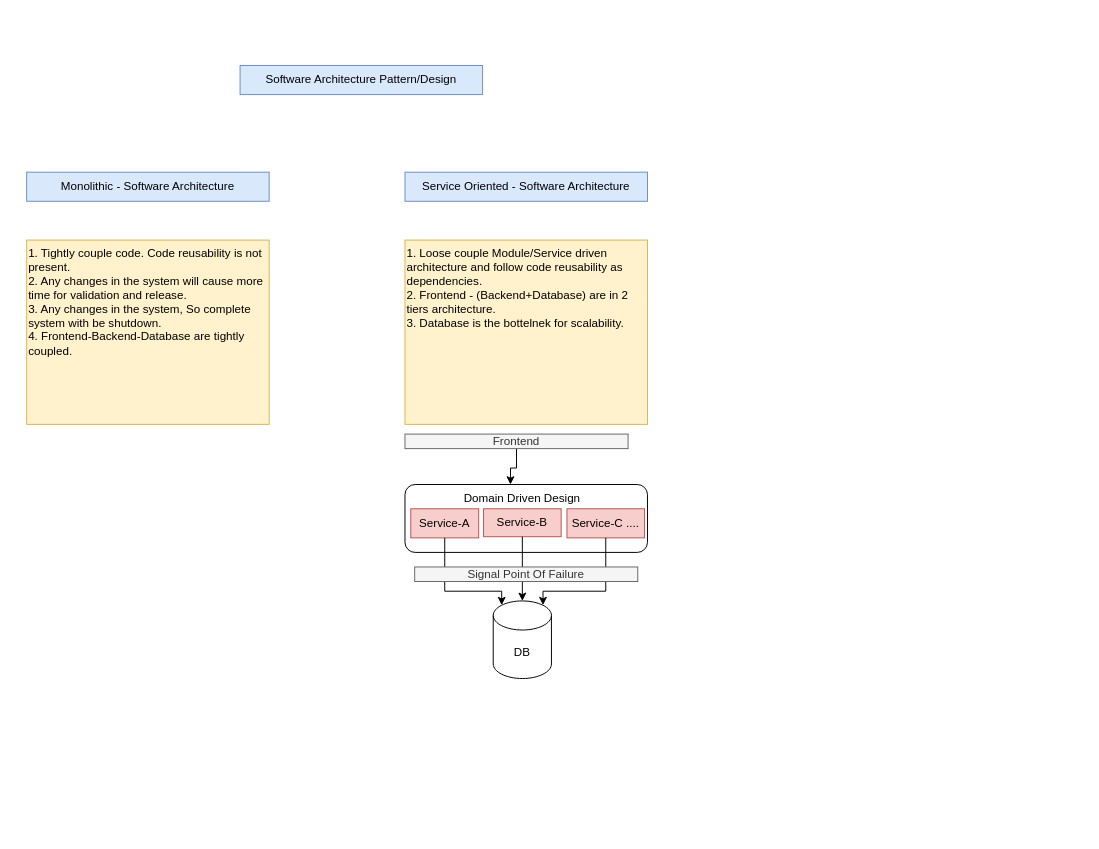
Before: MonolithicVsSOAVsMicroservices.drawio in rishant/system-design-architecture, a draw.io diagram. Source tidied: cells renumbered, new cells numbered last; positions are measured from the earlier drawing's top-left corner, leaving out a move shared by most shapes. Both pictures are drawn from the tidied source at 97%, with x=0, y=0 at pixel (26, 65).
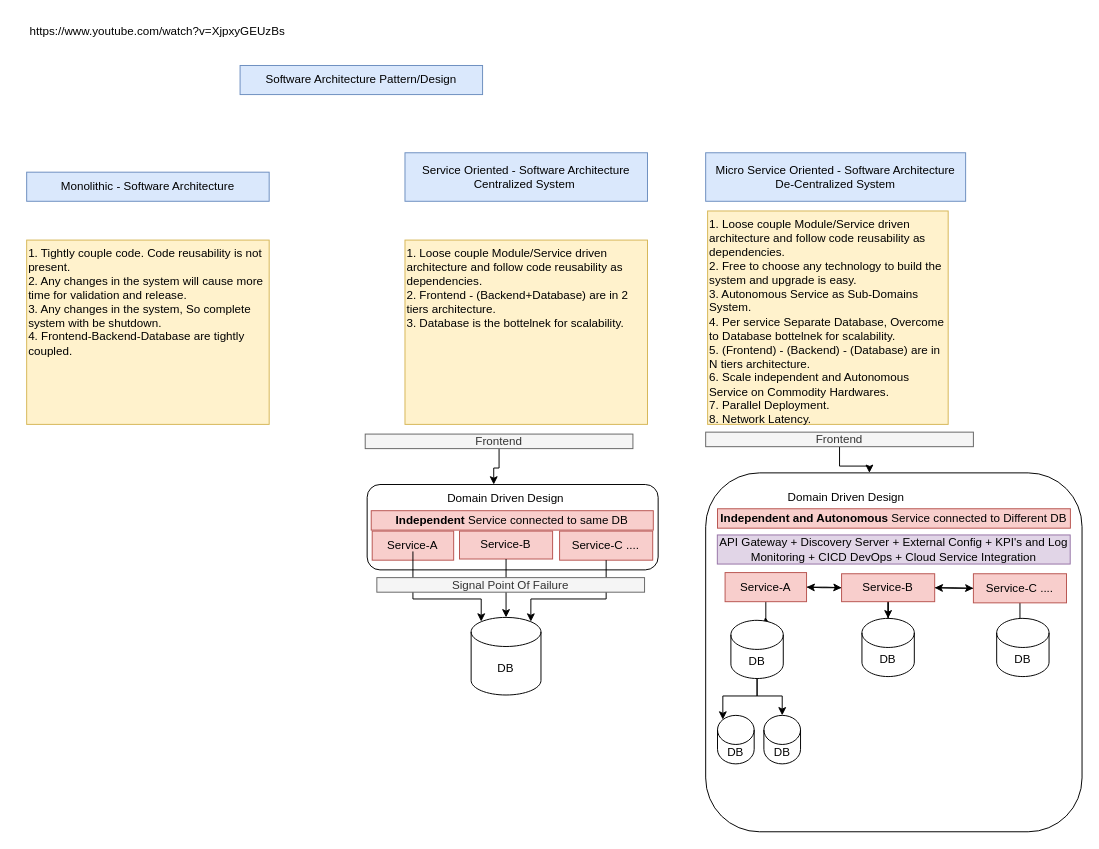
After the change.

What changed in the source:
```diff
@@
-    <mxCell id="4" value="Service Oriented - Software Architecture" style="text;html=1;strokeColor=#6c8ebf;fillColor=#dae8fc;align=center;verticalAlign=middle;whiteSpace=wrap;rounded=0;" parent="1" vertex="1">
-      <mxGeometry x="390" y="110" width="250" height="30" as="geometry" />
+    <mxCell id="4" value="Service Oriented - Software Architecture&lt;br&gt;Centralized System&amp;nbsp;" style="text;html=1;strokeColor=#6c8ebf;fillColor=#dae8fc;align=center;verticalAlign=middle;whiteSpace=wrap;rounded=0;" parent="1" vertex="1">
+      <mxGeometry x="390" y="90" width="250" height="50" as="geometry" />
     </mxCell>
@@
     <mxCell id="7" style="group;" parent="1" vertex="1">
-      <mxGeometry x="390" y="380" width="250" height="252" as="geometry" />
+      <mxGeometry x="349" y="380" width="300" height="252" as="geometry" />
     </mxCell>
     <mxCell id="8" style="rounded=1;whiteSpace=wrap;html=1;" parent="7" vertex="1">
-      <mxGeometry y="52" width="250" height="70" as="geometry" />
+      <mxGeometry x="2" y="52" width="300" height="88" as="geometry" />
     </mxCell>
     <mxCell id="9" value="Service-A" style="rounded=0;whiteSpace=wrap;html=1;fillColor=#f8cecc;strokeColor=#b85450;" parent="7" vertex="1">
-      <mxGeometry x="6" y="77" width="70" height="30" as="geometry" />
+      <mxGeometry x="7.2" y="100" width="84" height="30" as="geometry" />
     </mxCell>
     <mxCell id="10" value="Service-B" style="rounded=0;whiteSpace=wrap;html=1;fillColor=#f8cecc;strokeColor=#b85450;" parent="7" vertex="1">
-      <mxGeometry x="81" y="77" width="80" height="28.8" as="geometry" />
+      <mxGeometry x="97.2" y="100" width="96" height="28.8" as="geometry" />
     </mxCell>
     <mxCell id="11" value="Service-C ...." style="text;html=1;strokeColor=#b85450;fillColor=#f8cecc;align=center;verticalAlign=middle;whiteSpace=wrap;rounded=0;" parent="7" vertex="1">
-      <mxGeometry x="167" y="77" width="80" height="30" as="geometry" />
+      <mxGeometry x="200.4" y="100" width="96" height="30" as="geometry" />
     </mxCell>
     <mxCell id="12" value="Domain Driven Design" style="text;html=1;strokeColor=none;fillColor=none;align=center;verticalAlign=middle;whiteSpace=wrap;rounded=0;" parent="7" vertex="1">
-      <mxGeometry x="46" y="57" width="150" height="20" as="geometry" />
+      <mxGeometry x="55.2" y="57" width="180" height="20" as="geometry" />
     </mxCell>
     <mxCell id="13" value="DB" style="shape=cylinder3;whiteSpace=wrap;html=1;boundedLbl=1;backgroundOutline=1;size=15;" parent="7" vertex="1">
-      <mxGeometry x="91" y="172" width="60" height="80" as="geometry" />
+      <mxGeometry x="109.2" y="189" width="72" height="80" as="geometry" />
     </mxCell>
-    <mxCell id="14" style="edgeStyle=orthogonalEdgeStyle;rounded=0;jettySize=auto;html=1;entryX=0.145;entryY=0;entryDx=0;entryDy=4.35;entryPerimeter=0;" parent="7" edge="1" source="9" target="13">
+    <mxCell id="14" style="edgeStyle=orthogonalEdgeStyle;rounded=0;orthogonalLoop=1;jettySize=auto;html=1;entryX=0.145;entryY=0;entryDx=0;entryDy=4.35;entryPerimeter=0;" parent="7" edge="1">
       <mxGeometry relative="1" as="geometry">
+        <mxPoint x="49.2" y="121" as="sourcePoint" />
+        <mxPoint x="119.6" y="193.3" as="targetPoint" />
         <Array as="points">
-          <mxPoint x="41" y="162" />
-          <mxPoint x="100" y="162" />
+          <mxPoint x="49" y="170" />
+          <mxPoint x="120" y="170" />
         </Array>
       </mxGeometry>
     </mxCell>
@@
     <mxCell id="16" style="edgeStyle=orthogonalEdgeStyle;rounded=0;jettySize=auto;html=1;entryX=0.855;entryY=0;entryDx=0;entryDy=4.35;entryPerimeter=0;" parent="7" edge="1" source="11" target="13">
       <mxGeometry relative="1" as="geometry">
         <Array as="points">
-          <mxPoint x="207" y="162" />
-          <mxPoint x="142" y="162" />
+          <mxPoint x="248" y="170" />
+          <mxPoint x="171" y="170" />
         </Array>
       </mxGeometry>
     </mxCell>
     <mxCell id="17" value="Signal Point Of Failure" style="text;html=1;strokeColor=#666666;fillColor=#f5f5f5;align=center;verticalAlign=middle;whiteSpace=wrap;rounded=0;fontColor=#333333;" parent="7" vertex="1">
-      <mxGeometry x="10" y="137" width="230" height="15" as="geometry" />
+      <mxGeometry x="12" y="148" width="276" height="15" as="geometry" />
     </mxCell>
@@
     <mxCell id="19" value="Frontend" style="text;html=1;strokeColor=#666666;fillColor=#f5f5f5;align=center;verticalAlign=middle;whiteSpace=wrap;rounded=0;fontColor=#333333;" parent="7" vertex="1">
-      <mxGeometry width="230" height="15" as="geometry" />
+      <mxGeometry width="276" height="15" as="geometry" />
     </mxCell>
+    <mxCell id="20" value="&lt;b&gt;Independent&lt;/b&gt; Service connected to same DB" style="text;html=1;strokeColor=#b85450;fillColor=#f8cecc;align=center;verticalAlign=middle;whiteSpace=wrap;rounded=0;" parent="7" vertex="1">
+      <mxGeometry x="6.2" y="79" width="290.8" height="20" as="geometry" />
+    </mxCell>
+    <mxCell id="21" style="rounded=1;whiteSpace=wrap;html=1;" parent="1" vertex="1">
+      <mxGeometry x="700" y="420" width="388" height="370" as="geometry" />
+    </mxCell>
+    <mxCell id="22" style="edgeStyle=orthogonalEdgeStyle;rounded=0;jettySize=auto;html=1;entryX=0.654;entryY=-0.056;entryDx=0;entryDy=0;entryPerimeter=0;" parent="1" edge="1" source="24" target="35">
+      <mxGeometry relative="1" as="geometry" />
+    </mxCell>
+    <mxCell id="23" style="edgeStyle=orthogonalEdgeStyle;rounded=0;jettySize=auto;html=1;entryX=0;entryY=0.5;entryDx=0;entryDy=0;" parent="1" edge="1" source="24" target="28">
+      <mxGeometry relative="1" as="geometry" />
+    </mxCell>
+    <mxCell id="24" value="Service-A" style="rounded=0;whiteSpace=wrap;html=1;fillColor=#f8cecc;strokeColor=#b85450;" parent="1" vertex="1">
+      <mxGeometry x="720" y="522.8" width="84" height="30" as="geometry" />
+    </mxCell>
+    <mxCell id="25" style="edgeStyle=orthogonalEdgeStyle;rounded=0;jettySize=auto;html=1;entryX=0.5;entryY=0;entryDx=0;entryDy=0;entryPerimeter=0;" parent="1" edge="1" source="28" target="39">
+      <mxGeometry relative="1" as="geometry" />
+    </mxCell>
+    <mxCell id="26" style="edgeStyle=orthogonalEdgeStyle;rounded=0;jettySize=auto;html=1;entryX=1;entryY=0.5;entryDx=0;entryDy=0;" parent="1" edge="1" source="28" target="24">
+      <mxGeometry relative="1" as="geometry" />
+    </mxCell>
+    <mxCell id="27" style="edgeStyle=orthogonalEdgeStyle;rounded=0;jettySize=auto;html=1;entryX=0;entryY=0.5;entryDx=0;entryDy=0;" parent="1" edge="1" source="28" target="31">
+      <mxGeometry relative="1" as="geometry" />
+    </mxCell>
+    <mxCell id="28" value="Service-B" style="rounded=0;whiteSpace=wrap;html=1;fillColor=#f8cecc;strokeColor=#b85450;" parent="1" vertex="1">
+      <mxGeometry x="840.1" y="524" width="96" height="28.8" as="geometry" />
+    </mxCell>
+    <mxCell id="29" style="edgeStyle=orthogonalEdgeStyle;rounded=0;jettySize=auto;html=1;" parent="1" edge="1" source="31" target="40">
+      <mxGeometry relative="1" as="geometry" />
+    </mxCell>
+    <mxCell id="30" style="edgeStyle=orthogonalEdgeStyle;rounded=0;jettySize=auto;html=1;entryX=1;entryY=0.5;entryDx=0;entryDy=0;" parent="1" edge="1" source="31" target="28">
+      <mxGeometry relative="1" as="geometry" />
+    </mxCell>
+    <mxCell id="31" value="Service-C ...." style="text;html=1;strokeColor=#b85450;fillColor=#f8cecc;align=center;verticalAlign=middle;whiteSpace=wrap;rounded=0;" parent="1" vertex="1">
+      <mxGeometry x="976" y="524" width="96" height="30" as="geometry" />
+    </mxCell>
+    <mxCell id="32" value="Domain Driven Design" style="text;html=1;strokeColor=none;fillColor=none;align=center;verticalAlign=middle;whiteSpace=wrap;rounded=0;" parent="1" vertex="1">
+      <mxGeometry x="755.2" y="435" width="180" height="20" as="geometry" />
+    </mxCell>
+    <mxCell id="33" style="edgeStyle=orthogonalEdgeStyle;rounded=0;jettySize=auto;html=1;entryX=0.145;entryY=0;entryDx=0;entryDy=4.35;entryPerimeter=0;" parent="1" edge="1" source="35" target="41">
+      <mxGeometry relative="1" as="geometry">
+        <Array as="points">
+          <mxPoint x="753" y="650" />
+          <mxPoint x="718" y="650" />
+        </Array>
+      </mxGeometry>
+    </mxCell>
+    <mxCell id="34" style="edgeStyle=orthogonalEdgeStyle;rounded=0;jettySize=auto;html=1;entryX=0.5;entryY=0;entryDx=0;entryDy=0;entryPerimeter=0;" parent="1" edge="1" source="35" target="42">
+      <mxGeometry relative="1" as="geometry">
+        <Array as="points">
+          <mxPoint x="753" y="650" />
+          <mxPoint x="779" y="650" />
+        </Array>
+      </mxGeometry>
+    </mxCell>
+    <mxCell id="35" value="DB" style="shape=cylinder3;whiteSpace=wrap;html=1;boundedLbl=1;backgroundOutline=1;size=15;" parent="1" vertex="1">
+      <mxGeometry x="726" y="572" width="54" height="60" as="geometry" />
+    </mxCell>
+    <mxCell id="36" style="edgeStyle=orthogonalEdgeStyle;rounded=0;jettySize=auto;html=1;entryX=0.435;entryY=0;entryDx=0;entryDy=0;entryPerimeter=0;" parent="1" edge="1" source="37" target="21">
+      <mxGeometry relative="1" as="geometry" />
+    </mxCell>
+    <mxCell id="37" value="Frontend" style="text;html=1;strokeColor=#666666;fillColor=#f5f5f5;align=center;verticalAlign=middle;whiteSpace=wrap;rounded=0;fontColor=#333333;" parent="1" vertex="1">
+      <mxGeometry x="700" y="378" width="276" height="15" as="geometry" />
+    </mxCell>
+    <mxCell id="38" value="&lt;b&gt;Independent and Autonomous&lt;/b&gt; Service connected to Different DB" style="text;html=1;strokeColor=#b85450;fillColor=#f8cecc;align=center;verticalAlign=middle;whiteSpace=wrap;rounded=0;" parent="1" vertex="1">
+      <mxGeometry x="712.2" y="457" width="363.8" height="20" as="geometry" />
+    </mxCell>
+    <mxCell id="39" value="DB" style="shape=cylinder3;whiteSpace=wrap;html=1;boundedLbl=1;backgroundOutline=1;size=15;" parent="1" vertex="1">
+      <mxGeometry x="861.1" y="570" width="54" height="60" as="geometry" />
+    </mxCell>
+    <mxCell id="40" value="DB" style="shape=cylinder3;whiteSpace=wrap;html=1;boundedLbl=1;backgroundOutline=1;size=15;" parent="1" vertex="1">
+      <mxGeometry x="1000" y="570" width="54" height="60" as="geometry" />
+    </mxCell>
+    <mxCell id="41" value="DB" style="shape=cylinder3;whiteSpace=wrap;html=1;boundedLbl=1;backgroundOutline=1;size=15;" parent="1" vertex="1">
+      <mxGeometry x="712.2" y="670" width="37.8" height="50" as="geometry" />
+    </mxCell>
+    <mxCell id="42" value="DB" style="shape=cylinder3;whiteSpace=wrap;html=1;boundedLbl=1;backgroundOutline=1;size=15;" parent="1" vertex="1">
+      <mxGeometry x="760" y="670" width="37.8" height="50" as="geometry" />
+    </mxCell>
+    <mxCell id="43" value="Micro Service Oriented - Software Architecture&lt;br&gt;De-Centralized System" style="text;html=1;strokeColor=#6c8ebf;fillColor=#dae8fc;align=center;verticalAlign=middle;whiteSpace=wrap;rounded=0;" parent="1" vertex="1">
+      <mxGeometry x="700" y="90" width="268" height="50" as="geometry" />
+    </mxCell>
+    <mxCell id="44" value="1. Loose couple Module/Service driven architecture and follow code reusability as dependencies.&amp;nbsp;&lt;br&gt;2. Free to choose any technology to build the system and upgrade is easy.&lt;br&gt;3. Autonomous Service as Sub-Domains System.&lt;br&gt;4. Per service Separate Database, Overcome to Database bottelnek for scalability.&lt;br&gt;5. (Frontend) - (Backend) - (Database) are in N tiers architecture.&lt;br&gt;6. Scale independent and Autonomous Service on Commodity Hardwares.&amp;nbsp;&lt;br&gt;7. Parallel Deployment.&lt;br&gt;8. Network Latency." style="text;html=1;strokeColor=#d6b656;fillColor=#fff2cc;align=left;verticalAlign=top;whiteSpace=wrap;rounded=0;" parent="1" vertex="1">
+      <mxGeometry x="702" y="150" width="248" height="220" as="geometry" />
+    </mxCell>
+    <mxCell id="45" value="API Gateway + Discovery Server + External Config + KPI's and Log Monitoring + CICD DevOps + Cloud Service Integration" style="text;html=1;strokeColor=#9673a6;fillColor=#e1d5e7;align=center;verticalAlign=middle;whiteSpace=wrap;rounded=0;" parent="1" vertex="1">
+      <mxGeometry x="712" y="484" width="363.8" height="30" as="geometry" />
+    </mxCell>
+    <mxCell id="46" value="https://www.youtube.com/watch?v=XjpxyGEUzBs" style="text;html=1;strokeColor=none;fillColor=none;align=center;verticalAlign=middle;whiteSpace=wrap;rounded=0;" parent="1" vertex="1">
+      <mxGeometry x="-10" y="-50" width="290" height="30" as="geometry" />
+    </mxCell>
```
